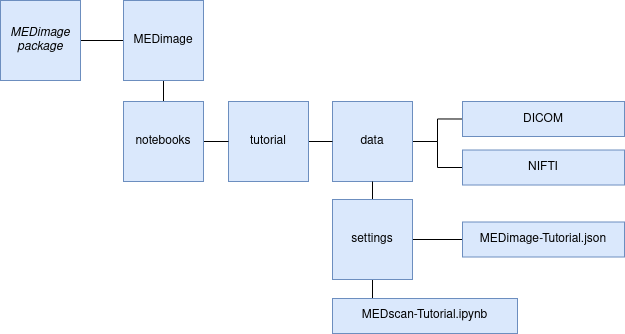
MahdiAll99/MEDimage keeps this draw.io diagram as notebooks/tutorial/images/MEDimageFolderStructure.png. Above is the earlier version. Source tidied: cells renumbered, new cells last; positions are measured from the earlier drawing's top-left corner, leaving out a move shared by most shapes.
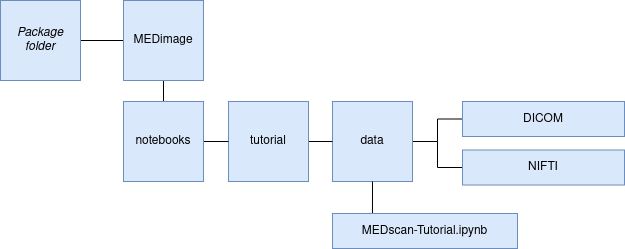
After the change.

Commit message:
Specified folder package

What changed in the source:
```diff
@@ -5,61 +5,47 @@
     <mxCell id="2" style="edgeStyle=orthogonalEdgeStyle;rounded=0;jettySize=auto;html=1;exitX=1;exitY=0.5;exitDx=0;exitDy=0;entryX=0;entryY=0.5;entryDx=0;entryDy=0;endArrow=none;endFill=0;" parent="1" edge="1" source="3" target="5">
       <mxGeometry relative="1" as="geometry" />
     </mxCell>
-    <mxCell id="3" value="&lt;i&gt;MEDimage package&lt;br&gt;&lt;/i&gt;" style="whiteSpace=wrap;html=1;fillColor=#dae8fc;strokeColor=#6c8ebf;" parent="1" vertex="1">
-      <mxGeometry width="80" height="80" as="geometry" />
+    <mxCell id="3" value="&lt;i&gt;Package folder&lt;br&gt;&lt;/i&gt;" style="whiteSpace=wrap;html=1;fillColor=#dae8fc;strokeColor=#6c8ebf;" parent="1" vertex="1">
+      <mxGeometry x="630" y="39" width="80" height="80" as="geometry" />
     </mxCell>
-    <mxCell id="4" style="edgeStyle=orthogonalEdgeStyle;rounded=0;jettySize=auto;html=1;exitX=0.5;exitY=1;exitDx=0;exitDy=0;entryX=0.5;entryY=0;entryDx=0;entryDy=0;endArrow=none;endFill=0;" parent="1" edge="1" source="5" target="18">
+    <mxCell id="4" style="edgeStyle=orthogonalEdgeStyle;rounded=0;jettySize=auto;html=1;exitX=0.5;exitY=1;exitDx=0;exitDy=0;entryX=0.5;entryY=0;entryDx=0;entryDy=0;endArrow=none;endFill=0;" parent="1" edge="1" source="5" target="14">
       <mxGeometry relative="1" as="geometry" />
     </mxCell>
     <mxCell id="5" value="MEDimage" style="whiteSpace=wrap;html=1;fillColor=#dae8fc;strokeColor=#6c8ebf;" parent="1" vertex="1">
-      <mxGeometry x="123" width="80" height="80" as="geometry" />
+      <mxGeometry x="753" y="39" width="80" height="80" as="geometry" />
     </mxCell>
-    <mxCell id="6" style="edgeStyle=orthogonalEdgeStyle;rounded=0;jettySize=auto;html=1;exitX=1;exitY=0.5;exitDx=0;exitDy=0;entryX=0;entryY=0.5;entryDx=0;entryDy=0;endArrow=none;endFill=0;" parent="1" edge="1" source="8" target="19">
+    <mxCell id="6" style="edgeStyle=orthogonalEdgeStyle;rounded=0;jettySize=auto;html=1;exitX=1;exitY=0.5;exitDx=0;exitDy=0;entryX=0;entryY=0.5;entryDx=0;entryDy=0;endArrow=none;endFill=0;" parent="1" edge="1" source="8" target="15">
       <mxGeometry relative="1" as="geometry" />
     </mxCell>
-    <mxCell id="7" style="edgeStyle=orthogonalEdgeStyle;rounded=0;jettySize=auto;html=1;exitX=1;exitY=0.5;exitDx=0;exitDy=0;entryX=0;entryY=0.5;entryDx=0;entryDy=0;endArrow=none;endFill=0;" parent="1" edge="1" source="8" target="20">
+    <mxCell id="7" style="edgeStyle=orthogonalEdgeStyle;rounded=0;jettySize=auto;html=1;exitX=1;exitY=0.5;exitDx=0;exitDy=0;entryX=0;entryY=0.5;entryDx=0;entryDy=0;endArrow=none;endFill=0;" parent="1" edge="1" source="8" target="16">
       <mxGeometry relative="1" as="geometry" />
     </mxCell>
     <mxCell id="8" value="data" style="whiteSpace=wrap;html=1;fillColor=#dae8fc;strokeColor=#6c8ebf;" parent="1" vertex="1">
-      <mxGeometry x="332" y="101" width="80" height="80" as="geometry" />
+      <mxGeometry x="962" y="140" width="80" height="80" as="geometry" />
     </mxCell>
-    <mxCell id="9" style="edgeStyle=orthogonalEdgeStyle;rounded=0;jettySize=auto;html=1;exitX=0.5;exitY=0;exitDx=0;exitDy=0;entryX=0.5;entryY=1;entryDx=0;entryDy=0;endArrow=none;endFill=0;" parent="1" edge="1" source="12" target="8">
+    <mxCell id="9" style="edgeStyle=orthogonalEdgeStyle;rounded=0;jettySize=auto;html=1;exitX=0.216;exitY=0.029;exitDx=0;exitDy=0;entryX=0.5;entryY=1;entryDx=0;entryDy=0;endArrow=none;endFill=0;exitPerimeter=0;" parent="1" edge="1" source="12" target="8">
       <mxGeometry relative="1" as="geometry" />
     </mxCell>
-    <mxCell id="10" style="edgeStyle=orthogonalEdgeStyle;rounded=0;jettySize=auto;html=1;exitX=1;exitY=0.5;exitDx=0;exitDy=0;entryX=0;entryY=0.5;entryDx=0;entryDy=0;endArrow=none;endFill=0;" parent="1" edge="1" source="12" target="15">
+    <mxCell id="10" style="edgeStyle=orthogonalEdgeStyle;rounded=0;jettySize=auto;html=1;exitX=1;exitY=0.5;exitDx=0;exitDy=0;entryX=0;entryY=0.5;entryDx=0;entryDy=0;endArrow=none;endFill=0;" parent="1" edge="1" source="11" target="8">
       <mxGeometry relative="1" as="geometry" />
     </mxCell>
-    <mxCell id="11" style="edgeStyle=orthogonalEdgeStyle;rounded=0;jettySize=auto;html=1;exitX=0.5;exitY=1;exitDx=0;exitDy=0;endArrow=none;endFill=0;" parent="1" edge="1" source="12">
-      <mxGeometry relative="1" as="geometry">
-        <mxPoint x="372" y="298" as="targetPoint" />
-      </mxGeometry>
+    <mxCell id="11" value="tutorial" style="whiteSpace=wrap;html=1;fillColor=#dae8fc;strokeColor=#6c8ebf;" parent="1" vertex="1">
+      <mxGeometry x="858" y="140" width="80" height="80" as="geometry" />
     </mxCell>
-    <mxCell id="12" value="settings" style="whiteSpace=wrap;html=1;fillColor=#dae8fc;strokeColor=#6c8ebf;" parent="1" vertex="1">
-      <mxGeometry x="332" y="199" width="80" height="80" as="geometry" />
+    <mxCell id="12" value="MEDscan-Tutorial.ipynb" style="rounded=0;whiteSpace=wrap;html=1;fillColor=#DAE8FC;strokeColor=#6C8EBF;" parent="1" vertex="1">
+      <mxGeometry x="962" y="252" width="185" height="35" as="geometry" />
     </mxCell>
-    <mxCell id="13" style="edgeStyle=orthogonalEdgeStyle;rounded=0;jettySize=auto;html=1;exitX=1;exitY=0.5;exitDx=0;exitDy=0;entryX=0;entryY=0.5;entryDx=0;entryDy=0;endArrow=none;endFill=0;" parent="1" edge="1" source="14" target="8">
+    <mxCell id="13" style="edgeStyle=orthogonalEdgeStyle;rounded=0;jettySize=auto;html=1;exitX=1;exitY=0.5;exitDx=0;exitDy=0;entryX=0;entryY=0.5;entryDx=0;entryDy=0;endArrow=none;endFill=0;" parent="1" edge="1" source="14" target="11">
       <mxGeometry relative="1" as="geometry" />
     </mxCell>
-    <mxCell id="14" value="tutorial" style="whiteSpace=wrap;html=1;fillColor=#dae8fc;strokeColor=#6c8ebf;" parent="1" vertex="1">
-      <mxGeometry x="228" y="101" width="80" height="80" as="geometry" />
+    <mxCell id="14" value="notebooks" style="whiteSpace=wrap;html=1;fillColor=#dae8fc;strokeColor=#6c8ebf;" parent="1" vertex="1">
+      <mxGeometry x="753" y="140" width="80" height="80" as="geometry" />
     </mxCell>
-    <mxCell id="15" value="MEDimage-Tutorial.json" style="rounded=0;whiteSpace=wrap;html=1;fillColor=#DAE8FC;strokeColor=#6C8EBF;" parent="1" vertex="1">
-      <mxGeometry x="462" y="221.5" width="162" height="35" as="geometry" />
+    <mxCell id="15" value="DICOM" style="rounded=0;whiteSpace=wrap;html=1;fillColor=#DAE8FC;strokeColor=#6C8EBF;" parent="1" vertex="1">
+      <mxGeometry x="1092" y="140" width="162" height="35" as="geometry" />
     </mxCell>
-    <mxCell id="16" value="MEDscan-Tutorial.ipynb" style="rounded=0;whiteSpace=wrap;html=1;fillColor=#DAE8FC;strokeColor=#6C8EBF;" parent="1" vertex="1">
-      <mxGeometry x="332" y="298" width="185" height="35" as="geometry" />
+    <mxCell id="16" value="NIFTI" style="rounded=0;whiteSpace=wrap;html=1;fillColor=#DAE8FC;strokeColor=#6C8EBF;" parent="1" vertex="1">
+      <mxGeometry x="1092" y="188.5" width="162" height="35" as="geometry" />
     </mxCell>
-    <mxCell id="17" style="edgeStyle=orthogonalEdgeStyle;rounded=0;jettySize=auto;html=1;exitX=1;exitY=0.5;exitDx=0;exitDy=0;entryX=0;entryY=0.5;entryDx=0;entryDy=0;endArrow=none;endFill=0;" parent="1" edge="1" source="18" target="14">
-      <mxGeometry relative="1" as="geometry" />
-    </mxCell>
-    <mxCell id="18" value="notebooks" style="whiteSpace=wrap;html=1;fillColor=#dae8fc;strokeColor=#6c8ebf;" parent="1" vertex="1">
-      <mxGeometry x="123" y="101" width="80" height="80" as="geometry" />
-    </mxCell>
-    <mxCell id="19" value="DICOM" style="rounded=0;whiteSpace=wrap;html=1;fillColor=#DAE8FC;strokeColor=#6C8EBF;" parent="1" vertex="1">
-      <mxGeometry x="462" y="101" width="162" height="35" as="geometry" />
-    </mxCell>
-    <mxCell id="20" value="NIFTI" style="rounded=0;whiteSpace=wrap;html=1;fillColor=#DAE8FC;strokeColor=#6C8EBF;" parent="1" vertex="1">
-      <mxGeometry x="462" y="149.5" width="162" height="35" as="geometry" />
-    </mxCell>
   </root>
 </mxGraphModel>
```
